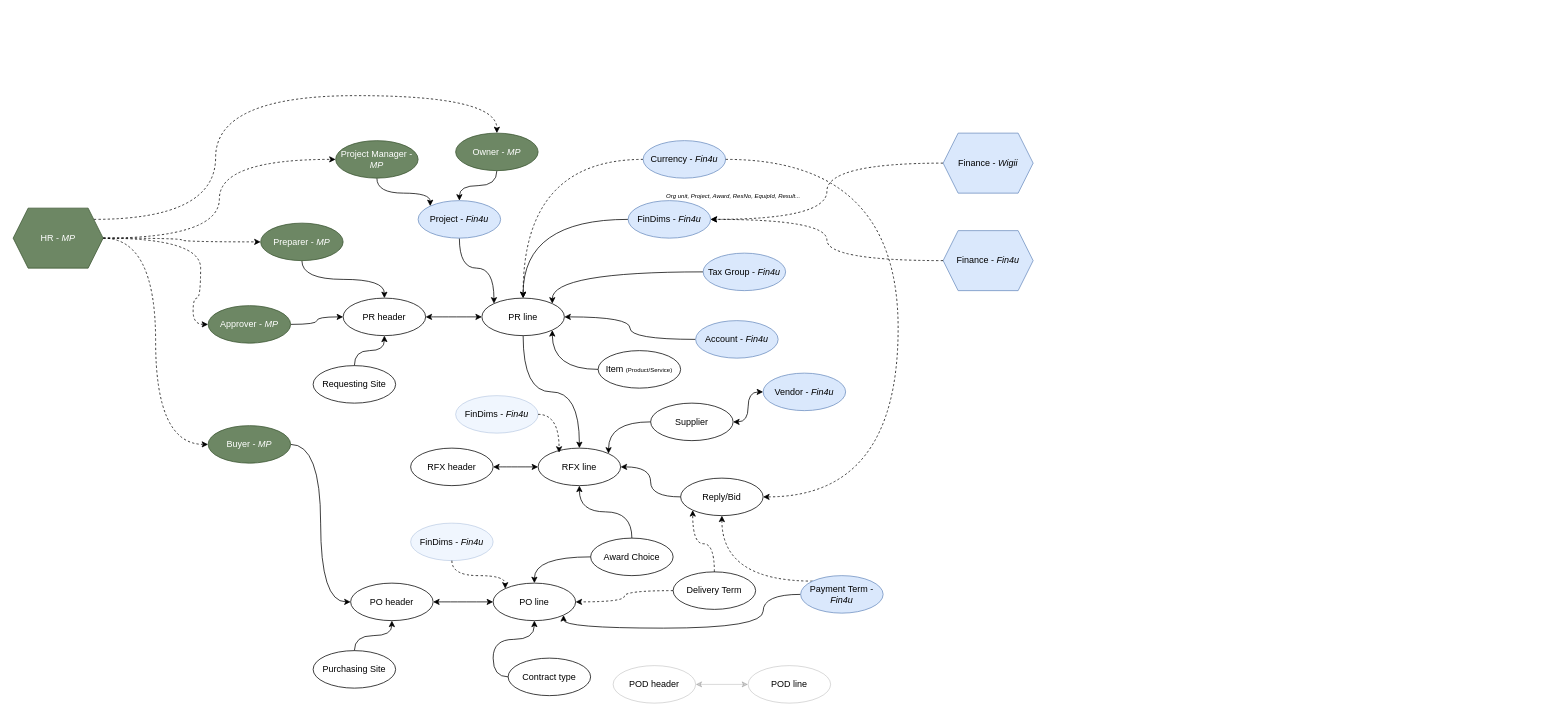
Above: page "Application Oriented" (1 of 2) of Medex_MDM.drawio in Medair/drawio (draw.io), before the change. Source tidied: cells renumbered, new cells numbered last; positions are measured from the earlier drawing's top-left corner, leaving out a move shared by most shapes. Both pictures are drawn from the tidied source at 75%, with x=0, y=0 at pixel (13, 95).
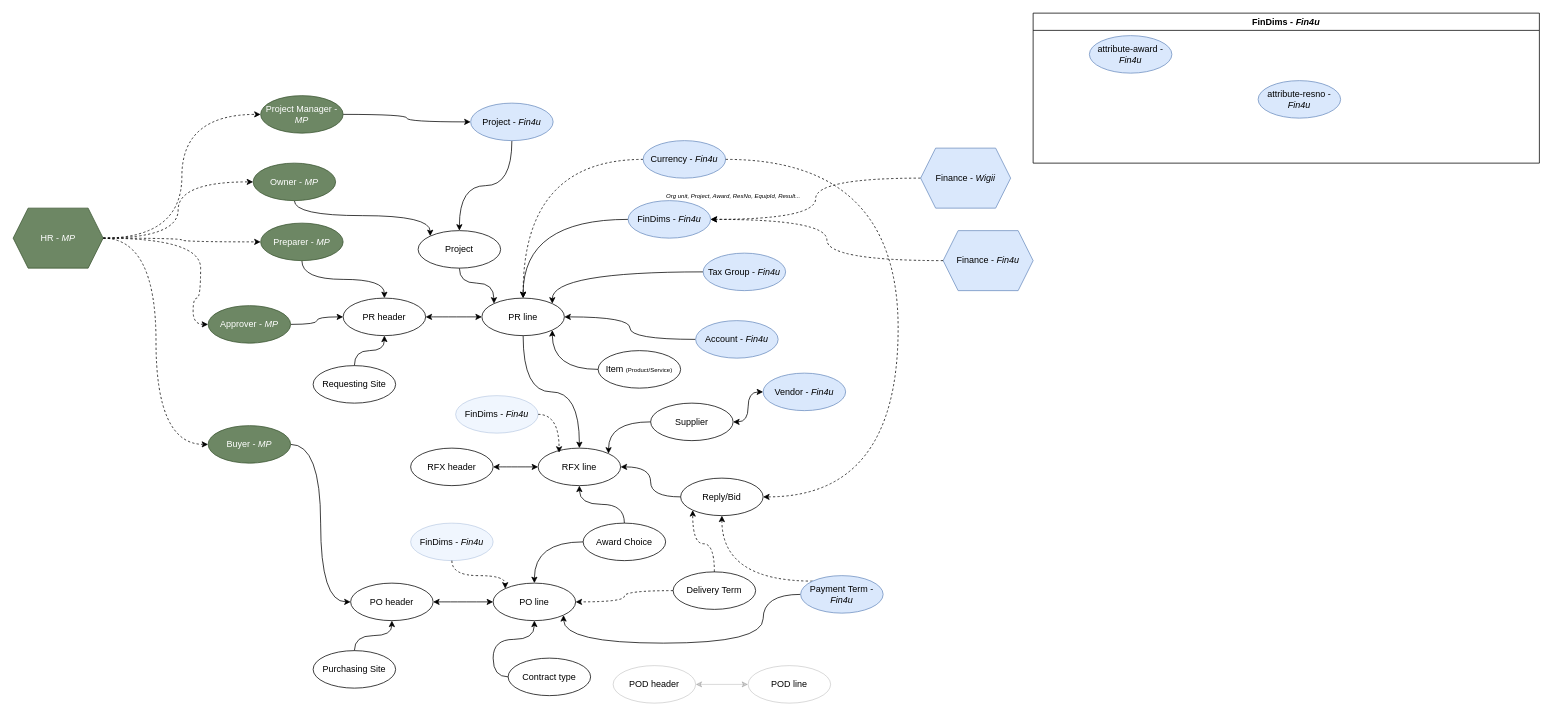
After the change.

The change refers to these unchanged cells:
```xml
<mxCell id="28" value="Payment Term - &lt;i&gt;Fin4u&lt;/i&gt;" style="ellipse;whiteSpace=wrap;html=1;fillColor=#dae8fc;strokeColor=#6c8ebf;" parent="1" vertex="1">
  <mxGeometry x="1050" y="640" width="110" height="50" as="geometry" />
</mxCell>
<mxCell id="34" value="PO line" style="ellipse;whiteSpace=wrap;html=1;" parent="1" vertex="1">
  <mxGeometry x="640" y="650" width="110" height="50" as="geometry" />
</mxCell>
<mxCell id="54" value="Buyer - &lt;i&gt;MP&lt;/i&gt;" style="ellipse;whiteSpace=wrap;html=1;fillColor=#6d8764;strokeColor=#3A5431;fontColor=#ffffff;" parent="1" vertex="1">
  <mxGeometry x="260" y="440" width="110" height="50" as="geometry" />
</mxCell>
<mxCell id="72" value="HR - &lt;i&gt;MP&lt;/i&gt;" style="shape=hexagon;perimeter=hexagonPerimeter2;whiteSpace=wrap;html=1;fixedSize=1;fillColor=#6d8764;fontColor=#ffffff;strokeColor=#3A5431;" parent="1" vertex="1">
  <mxGeometry y="150" width="120" height="80" as="geometry" />
</mxCell>
```

Change to the diagram source:
```diff
@@
     <mxCell id="27" style="edgeStyle=orthogonalEdgeStyle;rounded=0;jettySize=auto;html=1;entryX=1;entryY=1;entryDx=0;entryDy=0;curved=1;exitX=0;exitY=0.5;exitDx=0;exitDy=0;" parent="1" edge="1" source="28" target="34">
       <mxGeometry relative="1" as="geometry">
         <Array as="points">
           <mxPoint x="1000" y="665" />
-          <mxPoint x="1000" y="710" />
-          <mxPoint x="734" y="710" />
+          <mxPoint x="1000" y="730" />
+          <mxPoint x="734" y="730" />
         </Array>
       </mxGeometry>
     </mxCell>
@@
     <mxCell id="31" value="Award Choice" style="ellipse;whiteSpace=wrap;html=1;" parent="1" vertex="1">
-      <mxGeometry x="770" y="590" width="110" height="50" as="geometry" />
+      <mxGeometry x="760" y="570" width="110" height="50" as="geometry" />
     </mxCell>
@@
-    <mxCell id="36" value="Project - &lt;i&gt;Fin4u&lt;/i&gt;" style="ellipse;whiteSpace=wrap;html=1;fillColor=#dae8fc;strokeColor=#6c8ebf;" parent="1" vertex="1">
-      <mxGeometry x="540" y="140" width="110" height="50" as="geometry" />
+    <mxCell id="36" value="Project" style="ellipse;whiteSpace=wrap;html=1;" parent="1" vertex="1">
+      <mxGeometry x="540" y="180" width="110" height="50" as="geometry" />
     </mxCell>
-    <mxCell id="37" style="edgeStyle=orthogonalEdgeStyle;rounded=0;jettySize=auto;html=1;entryX=0;entryY=0;entryDx=0;entryDy=0;curved=1;" parent="1" edge="1" source="38" target="36">
+    <mxCell id="37" style="edgeStyle=orthogonalEdgeStyle;rounded=0;jettySize=auto;html=1;entryX=0;entryY=0.5;entryDx=0;entryDy=0;curved=1;" parent="1" edge="1" source="38" target="78">
       <mxGeometry relative="1" as="geometry" />
     </mxCell>
     <mxCell id="38" value="Project Manager - &lt;i&gt;MP&lt;/i&gt;" style="ellipse;whiteSpace=wrap;html=1;fillColor=#6d8764;strokeColor=#3A5431;fontColor=#ffffff;" parent="1" vertex="1">
-      <mxGeometry x="430" y="60" width="110" height="50" as="geometry" />
+      <mxGeometry x="330" width="110" height="50" as="geometry" />
     </mxCell>
-    <mxCell id="39" style="edgeStyle=orthogonalEdgeStyle;rounded=0;jettySize=auto;html=1;exitX=0.5;exitY=1;exitDx=0;exitDy=0;curved=1;" parent="1" edge="1" source="40" target="36">
+    <mxCell id="39" style="edgeStyle=orthogonalEdgeStyle;rounded=0;jettySize=auto;html=1;exitX=0.5;exitY=1;exitDx=0;exitDy=0;curved=1;entryX=0;entryY=0;entryDx=0;entryDy=0;" parent="1" edge="1" source="40" target="36">
       <mxGeometry relative="1" as="geometry" />
     </mxCell>
     <mxCell id="40" value="Owner - &lt;i&gt;MP&lt;/i&gt;" style="ellipse;whiteSpace=wrap;html=1;fillColor=#6d8764;strokeColor=#3A5431;fontColor=#ffffff;" parent="1" vertex="1">
-      <mxGeometry x="590" y="50" width="110" height="50" as="geometry" />
+      <mxGeometry x="320" y="90" width="110" height="50" as="geometry" />
     </mxCell>
@@
-    <mxCell id="61" style="group;opacity=0;" parent="1" vertex="1">
-      <mxGeometry x="590" y="380" width="270" height="70" as="geometry" />
-    </mxCell>
-    <mxCell id="62" value="FinDims - &lt;i&gt;Fin4u&lt;/i&gt;" style="ellipse;whiteSpace=wrap;html=1;fillColor=#dae8fc;strokeColor=#6c8ebf;opacity=40;" parent="61" vertex="1">
-      <mxGeometry y="20" width="110" height="50" as="geometry" />
-    </mxCell>
@@
+    <mxCell id="71" style="edgeStyle=orthogonalEdgeStyle;rounded=0;jettySize=auto;html=1;entryX=0;entryY=0.5;entryDx=0;entryDy=0;curved=1;dashed=1;" parent="1" edge="1" target="54">
+      <mxGeometry relative="1" as="geometry">
+        <mxPoint x="120" y="190" as="sourcePoint" />
+      </mxGeometry>
+    </mxCell>
-    <mxCell id="70" style="edgeStyle=orthogonalEdgeStyle;rounded=0;jettySize=auto;html=1;entryX=0.5;entryY=0;entryDx=0;entryDy=0;curved=1;dashed=1;" parent="1" edge="1" source="72" target="40">
-      <mxGeometry relative="1" as="geometry">
-        <Array as="points">
-          <mxPoint x="270" y="165" />
-          <mxPoint x="270" />
-          <mxPoint x="645" />
-        </Array>
-      </mxGeometry>
+    <mxCell id="70" style="edgeStyle=orthogonalEdgeStyle;rounded=0;jettySize=auto;html=1;entryX=0;entryY=0.5;entryDx=0;entryDy=0;curved=1;dashed=1;" parent="1" edge="1" source="72" target="40">
+      <mxGeometry relative="1" as="geometry" />
     </mxCell>
-    <mxCell id="71" style="edgeStyle=orthogonalEdgeStyle;rounded=0;jettySize=auto;html=1;entryX=0;entryY=0.5;entryDx=0;entryDy=0;curved=1;dashed=1;" parent="1" edge="1" source="72" target="54">
-      <mxGeometry relative="1" as="geometry" />
-    </mxCell>
@@
     <mxCell id="75" value="Finance - &lt;i&gt;Wigii&lt;/i&gt;" style="shape=hexagon;perimeter=hexagonPerimeter2;whiteSpace=wrap;html=1;fixedSize=1;fillColor=#dae8fc;strokeColor=#6c8ebf;" parent="1" vertex="1">
-      <mxGeometry x="1240" y="50" width="120" height="80" as="geometry" />
+      <mxGeometry x="1210" y="70" width="120" height="80" as="geometry" />
     </mxCell>
@@
+    <mxCell id="77" style="edgeStyle=orthogonalEdgeStyle;rounded=0;jettySize=auto;html=1;entryX=0.5;entryY=0;entryDx=0;entryDy=0;curved=1;exitX=0.5;exitY=1;exitDx=0;exitDy=0;" parent="1" edge="1" source="78" target="36">
+      <mxGeometry relative="1" as="geometry" />
+    </mxCell>
+    <mxCell id="78" value="Project - &lt;i&gt;Fin4u&lt;/i&gt;" style="ellipse;whiteSpace=wrap;html=1;fillColor=#dae8fc;strokeColor=#6c8ebf;" parent="1" vertex="1">
+      <mxGeometry x="610" y="10" width="110" height="50" as="geometry" />
+    </mxCell>
+    <mxCell id="79" value="FinDims - &lt;i&gt;Fin4u&lt;/i&gt;" style="swimlane;whiteSpace=wrap;html=1;" parent="1" vertex="1">
+      <mxGeometry x="1360" y="-110" width="675" height="200" as="geometry" />
+    </mxCell>
+    <mxCell id="80" value="attribute-award - &lt;i&gt;Fin4u&lt;/i&gt;" style="ellipse;whiteSpace=wrap;html=1;fillColor=#dae8fc;strokeColor=#6c8ebf;" parent="79" vertex="1">
+      <mxGeometry x="75" y="30" width="110" height="50" as="geometry" />
+    </mxCell>
+    <mxCell id="81" value="attribute-resno - &lt;i&gt;Fin4u&lt;/i&gt;" style="ellipse;whiteSpace=wrap;html=1;fillColor=#dae8fc;strokeColor=#6c8ebf;" parent="79" vertex="1">
+      <mxGeometry x="300" y="90" width="110" height="50" as="geometry" />
+    </mxCell>
+    <mxCell id="62" value="FinDims - &lt;i&gt;Fin4u&lt;/i&gt;" style="ellipse;whiteSpace=wrap;html=1;fillColor=#dae8fc;strokeColor=#6c8ebf;opacity=40;" parent="1" vertex="1">
+      <mxGeometry x="590" y="400" width="110" height="50" as="geometry" />
+    </mxCell>
```
